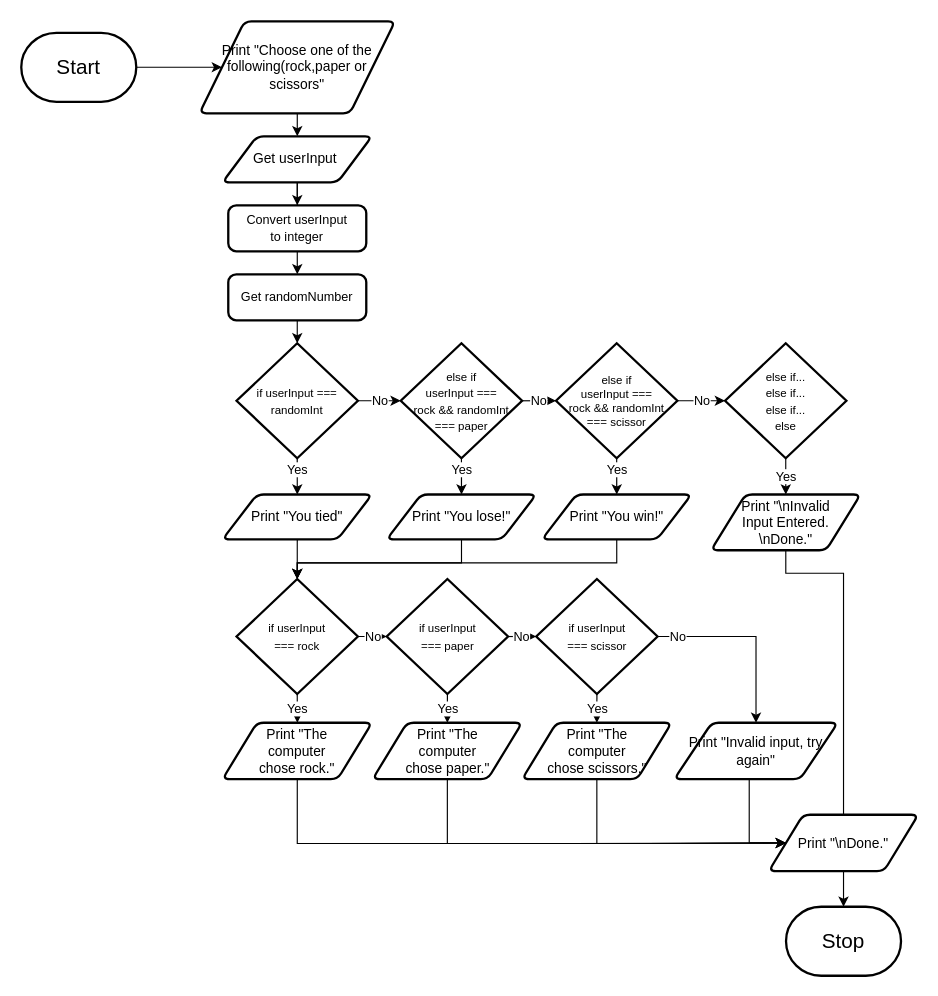
The draw.io diagram flowchart.drawio in Seti-Ngabo/ics4u-assignment-1-typescript, before the edit. Source tidied: cells renumbered, new cells numbered last; positions are measured from the earlier drawing's top-left corner, leaving out a move shared by most shapes. Both pictures are drawn from the tidied source at 115%, with x=0, y=0 at pixel (21, 21).
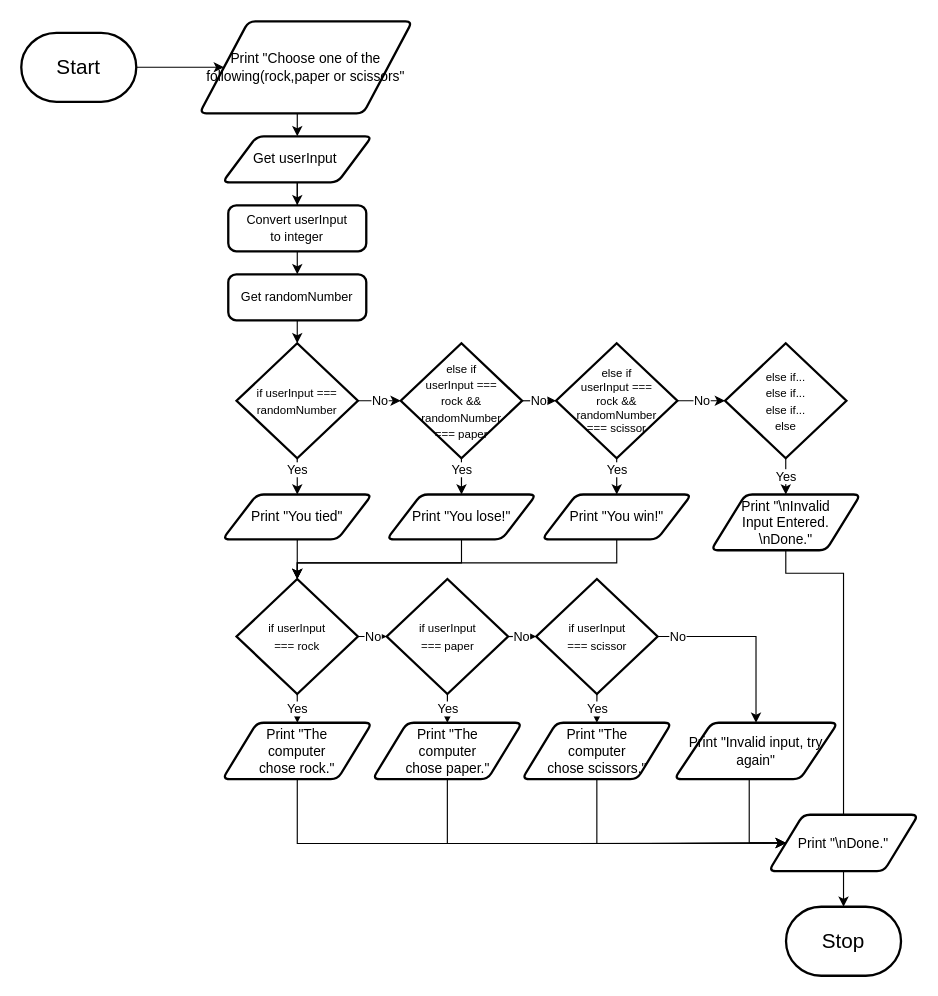
Above is the later version.

Diff of the diagram source:
```diff
@@
-    <mxCell id="10" value="&lt;span style=&quot;font-size: 10px;&quot;&gt;else if &lt;br&gt;userInput === &lt;br&gt;rock &amp;amp;&amp;amp; randomInt &lt;br&gt;=== paper&lt;br&gt;&lt;/span&gt;" style="strokeWidth=2;html=1;shape=mxgraph.flowchart.decision;whiteSpace=wrap;align=center;" parent="1" vertex="1">
+    <mxCell id="10" value="&lt;span style=&quot;font-size: 10px&quot;&gt;else if &lt;br&gt;userInput === &lt;br&gt;rock &amp;amp;&amp;amp; randomNumber&lt;br&gt;=== paper&lt;br&gt;&lt;/span&gt;" style="strokeWidth=2;html=1;shape=mxgraph.flowchart.decision;whiteSpace=wrap;align=center;" parent="1" vertex="1">
       <mxGeometry x="330" y="280" width="105.5" height="100" as="geometry" />
     </mxCell>
@@
-    <mxCell id="13" value="&lt;font style=&quot;font-size: 10px;&quot;&gt;&lt;div&gt;else if&lt;/div&gt;&lt;div&gt;userInput ===&lt;/div&gt;&lt;div&gt;rock &amp;amp;&amp;amp; randomInt&lt;/div&gt;&lt;div&gt;=== scissor&lt;/div&gt;&lt;/font&gt;" style="strokeWidth=2;html=1;shape=mxgraph.flowchart.decision;whiteSpace=wrap;" parent="1" vertex="1">
+    <mxCell id="13" value="&lt;font style=&quot;font-size: 10px&quot;&gt;&lt;div&gt;else if&lt;/div&gt;&lt;div&gt;userInput ===&lt;/div&gt;&lt;div&gt;rock &amp;amp;&amp;amp; randomNumber&lt;/div&gt;&lt;div&gt;=== scissor&lt;/div&gt;&lt;/font&gt;" style="strokeWidth=2;html=1;shape=mxgraph.flowchart.decision;whiteSpace=wrap;" parent="1" vertex="1">
       <mxGeometry x="465" y="280" width="105.5" height="100" as="geometry" />
     </mxCell>
@@
     <mxCell id="17" value="Print &quot;Choose one of the following(rock,paper or scissors&lt;span&gt;&quot;&lt;/span&gt;&lt;span style=&quot;font-size: 12px&quot;&gt;&lt;br&gt;&lt;/span&gt;" style="shape=parallelogram;html=1;strokeWidth=2;perimeter=parallelogramPerimeter;whiteSpace=wrap;rounded=1;arcSize=12;size=0.23;" parent="1" vertex="1">
-      <mxGeometry x="155" width="170" height="80" as="geometry" />
+      <mxGeometry x="155" width="185" height="80" as="geometry" />
     </mxCell>
@@
-    <mxCell id="22" value="&lt;span style=&quot;font-size: 10px;&quot;&gt;if userInput === randomInt&lt;/span&gt;" style="strokeWidth=2;html=1;shape=mxgraph.flowchart.decision;whiteSpace=wrap;" parent="1" vertex="1">
+    <mxCell id="22" value="&lt;span style=&quot;font-size: 10px&quot;&gt;if userInput === randomNumber&lt;/span&gt;" style="strokeWidth=2;html=1;shape=mxgraph.flowchart.decision;whiteSpace=wrap;" parent="1" vertex="1">
       <mxGeometry x="187.2" y="280" width="105.5" height="100" as="geometry" />
     </mxCell>
```
